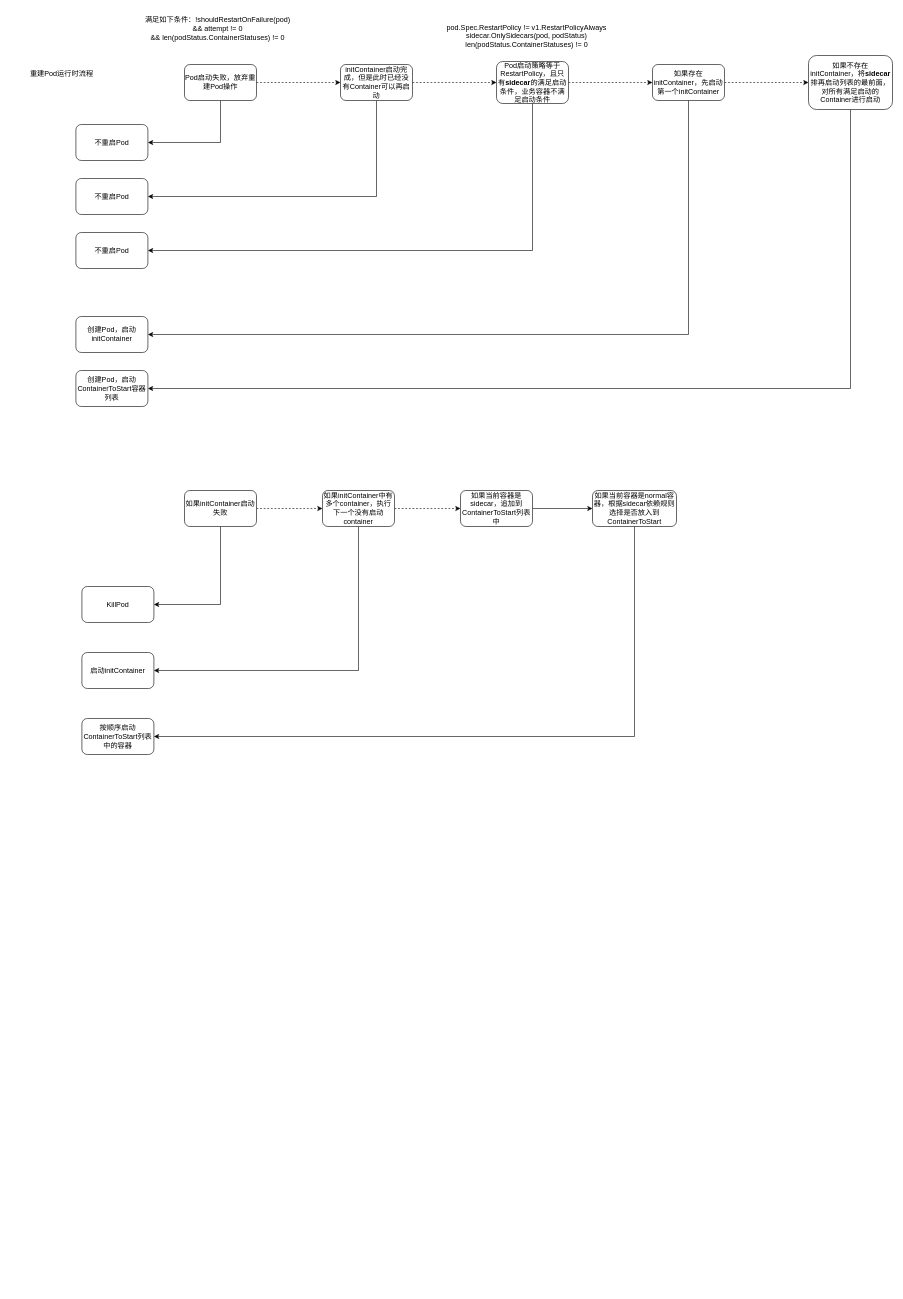
Before: page "sidecar整改" (9 of 9) of kubelet/kubelet.drawio in jingrenzhou/drawio, a draw.io diagram. Source tidied: cells renumbered, new cells numbered last; positions are measured from the earlier drawing's top-left corner, leaving out a move shared by most shapes. Both pictures are drawn from the tidied source at 60%, with x=0, y=0 at pixel (22, 10).
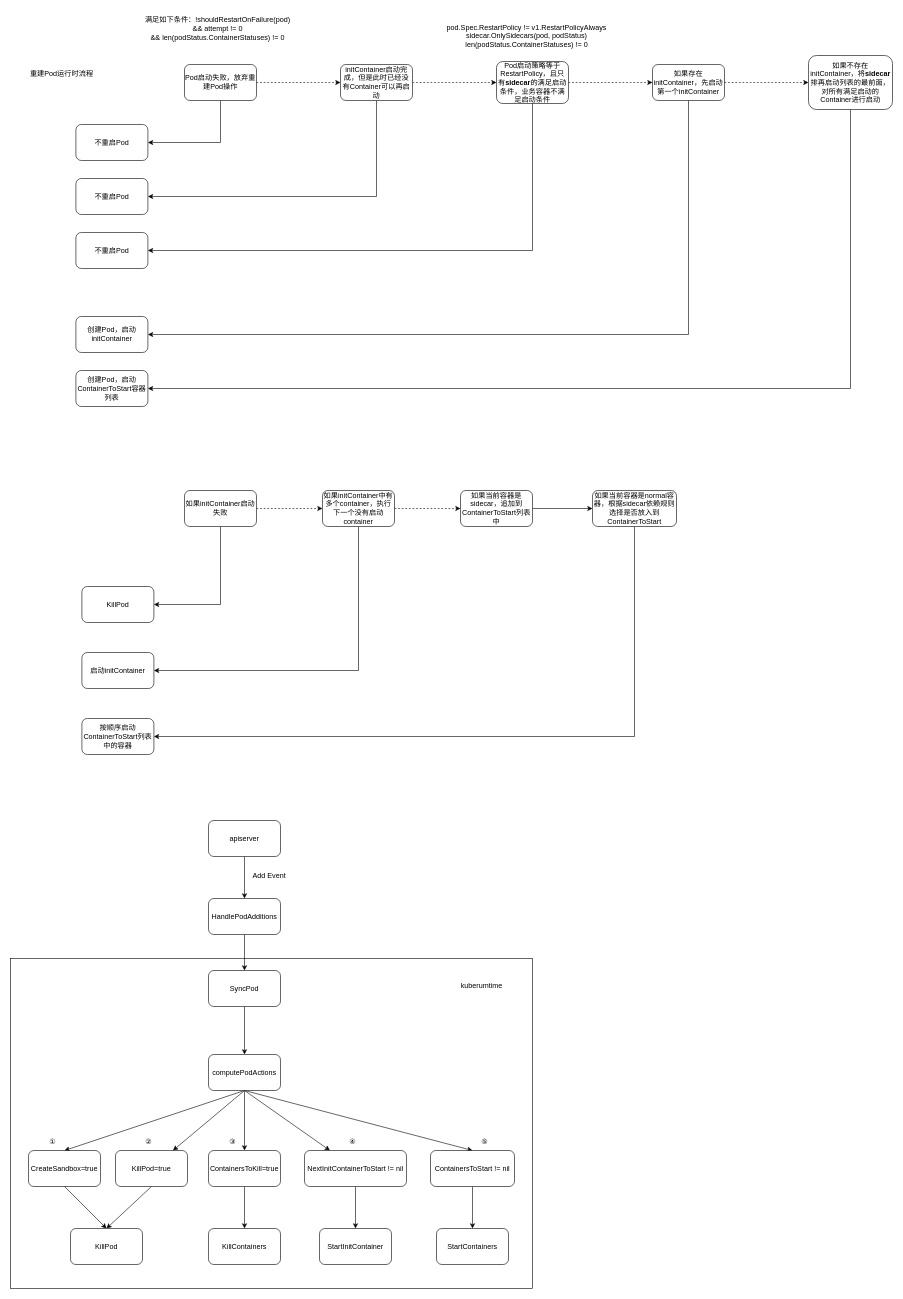
After the change.

Diff of the diagram source:
```diff
@@
+    <mxCell id="37" style="rounded=0;whiteSpace=wrap;html=1;" parent="1" vertex="1">
+      <mxGeometry x="-20" y="1580" width="870" height="550" as="geometry" />
+    </mxCell>
@@
+    <mxCell id="38" style="edgeStyle=orthogonalEdgeStyle;rounded=0;jettySize=auto;html=1;exitX=0.5;exitY=1;exitDx=0;exitDy=0;entryX=0.5;entryY=0;entryDx=0;entryDy=0;" parent="1" edge="1" source="39" target="42">
+      <mxGeometry relative="1" as="geometry" />
+    </mxCell>
+    <mxCell id="39" value="apiserver" style="rounded=1;whiteSpace=wrap;html=1;" parent="1" vertex="1">
+      <mxGeometry x="310" y="1350" width="120" height="60" as="geometry" />
+    </mxCell>
+    <mxCell id="40" value="Add Event" style="text;html=1;align=center;verticalAlign=middle;strokeColor=none;fillColor=none;" parent="1" vertex="1">
+      <mxGeometry x="371" y="1428" width="80" height="30" as="geometry" />
+    </mxCell>
+    <mxCell id="41" style="edgeStyle=orthogonalEdgeStyle;rounded=0;jettySize=auto;html=1;exitX=0.5;exitY=1;exitDx=0;exitDy=0;entryX=0.5;entryY=0;entryDx=0;entryDy=0;" parent="1" edge="1" source="42" target="44">
+      <mxGeometry relative="1" as="geometry" />
+    </mxCell>
+    <mxCell id="42" value="HandlePodAdditions" style="rounded=1;whiteSpace=wrap;html=1;" parent="1" vertex="1">
+      <mxGeometry x="310" y="1480" width="120" height="60" as="geometry" />
+    </mxCell>
+    <mxCell id="43" style="edgeStyle=orthogonalEdgeStyle;rounded=0;jettySize=auto;html=1;exitX=0.5;exitY=1;exitDx=0;exitDy=0;entryX=0.5;entryY=0;entryDx=0;entryDy=0;" parent="1" edge="1" source="44" target="51">
+      <mxGeometry relative="1" as="geometry" />
+    </mxCell>
+    <mxCell id="44" value="SyncPod" style="rounded=1;whiteSpace=wrap;html=1;" parent="1" vertex="1">
+      <mxGeometry x="310" y="1600" width="120" height="60" as="geometry" />
+    </mxCell>
+    <mxCell id="45" value="kuberumtime" style="text;html=1;align=center;verticalAlign=middle;strokeColor=none;fillColor=none;" parent="1" vertex="1">
+      <mxGeometry x="720" y="1610" width="90" height="30" as="geometry" />
+    </mxCell>
+    <mxCell id="46" style="rounded=0;jettySize=auto;html=1;exitX=0.5;exitY=1;exitDx=0;exitDy=0;entryX=0.5;entryY=0;entryDx=0;entryDy=0;" parent="1" edge="1" source="51" target="53">
+      <mxGeometry relative="1" as="geometry" />
+    </mxCell>
+    <mxCell id="47" style="rounded=0;jettySize=auto;html=1;exitX=0.5;exitY=1;exitDx=0;exitDy=0;" parent="1" edge="1" source="51" target="55">
+      <mxGeometry relative="1" as="geometry" />
+    </mxCell>
+    <mxCell id="48" style="edgeStyle=orthogonalEdgeStyle;rounded=0;jettySize=auto;html=1;exitX=0.5;exitY=1;exitDx=0;exitDy=0;" parent="1" edge="1" source="51" target="57">
+      <mxGeometry relative="1" as="geometry" />
+    </mxCell>
+    <mxCell id="49" style="rounded=0;jettySize=auto;html=1;exitX=0.5;exitY=1;exitDx=0;exitDy=0;" parent="1" edge="1" source="51" target="59">
+      <mxGeometry relative="1" as="geometry" />
+    </mxCell>
+    <mxCell id="50" style="rounded=0;jettySize=auto;html=1;exitX=0.5;exitY=1;exitDx=0;exitDy=0;entryX=0.5;entryY=0;entryDx=0;entryDy=0;" parent="1" edge="1" source="51" target="61">
+      <mxGeometry relative="1" as="geometry" />
+    </mxCell>
+    <mxCell id="51" value="computePodActions" style="rounded=1;whiteSpace=wrap;html=1;" parent="1" vertex="1">
+      <mxGeometry x="310" y="1740" width="120" height="60" as="geometry" />
+    </mxCell>
+    <mxCell id="52" style="rounded=0;jettySize=auto;html=1;exitX=0.5;exitY=1;exitDx=0;exitDy=0;entryX=0.5;entryY=0;entryDx=0;entryDy=0;" parent="1" edge="1" source="53" target="62">
+      <mxGeometry relative="1" as="geometry" />
+    </mxCell>
+    <mxCell id="53" value="CreateSandbox=true" style="rounded=1;whiteSpace=wrap;html=1;" parent="1" vertex="1">
+      <mxGeometry x="10" y="1900" width="120" height="60" as="geometry" />
+    </mxCell>
+    <mxCell id="54" style="rounded=0;jettySize=auto;html=1;exitX=0.5;exitY=1;exitDx=0;exitDy=0;entryX=0.5;entryY=0;entryDx=0;entryDy=0;" parent="1" edge="1" source="55" target="62">
+      <mxGeometry relative="1" as="geometry" />
+    </mxCell>
+    <mxCell id="55" value="KillPod=true" style="rounded=1;whiteSpace=wrap;html=1;" parent="1" vertex="1">
+      <mxGeometry x="155" y="1900" width="120" height="60" as="geometry" />
+    </mxCell>
+    <mxCell id="56" style="edgeStyle=orthogonalEdgeStyle;rounded=0;jettySize=auto;html=1;exitX=0.5;exitY=1;exitDx=0;exitDy=0;entryX=0.5;entryY=0;entryDx=0;entryDy=0;" parent="1" edge="1" source="57" target="63">
+      <mxGeometry relative="1" as="geometry" />
+    </mxCell>
+    <mxCell id="57" value="ContainersToKill=true" style="rounded=1;whiteSpace=wrap;html=1;" parent="1" vertex="1">
+      <mxGeometry x="310" y="1900" width="120" height="60" as="geometry" />
+    </mxCell>
+    <mxCell id="58" style="edgeStyle=orthogonalEdgeStyle;rounded=0;jettySize=auto;html=1;exitX=0.5;exitY=1;exitDx=0;exitDy=0;entryX=0.5;entryY=0;entryDx=0;entryDy=0;" parent="1" edge="1" source="59" target="64">
+      <mxGeometry relative="1" as="geometry" />
+    </mxCell>
+    <mxCell id="59" value="NextInitContainerToStart != nil" style="rounded=1;whiteSpace=wrap;html=1;" parent="1" vertex="1">
+      <mxGeometry x="470" y="1900" width="170" height="60" as="geometry" />
+    </mxCell>
+    <mxCell id="60" style="edgeStyle=orthogonalEdgeStyle;rounded=0;jettySize=auto;html=1;exitX=0.5;exitY=1;exitDx=0;exitDy=0;entryX=0.5;entryY=0;entryDx=0;entryDy=0;" parent="1" edge="1" source="61" target="65">
+      <mxGeometry relative="1" as="geometry" />
+    </mxCell>
+    <mxCell id="61" value="ContainersToStart != nil" style="rounded=1;whiteSpace=wrap;html=1;" parent="1" vertex="1">
+      <mxGeometry x="680" y="1900" width="140" height="60" as="geometry" />
+    </mxCell>
+    <mxCell id="62" value="KillPod" style="rounded=1;whiteSpace=wrap;html=1;" parent="1" vertex="1">
+      <mxGeometry x="80" y="2030" width="120" height="60" as="geometry" />
+    </mxCell>
+    <mxCell id="63" value="KillContainers" style="rounded=1;whiteSpace=wrap;html=1;" parent="1" vertex="1">
+      <mxGeometry x="310" y="2030" width="120" height="60" as="geometry" />
+    </mxCell>
+    <mxCell id="64" value="StartInitContainer" style="rounded=1;whiteSpace=wrap;html=1;" parent="1" vertex="1">
+      <mxGeometry x="495" y="2030" width="120" height="60" as="geometry" />
+    </mxCell>
+    <mxCell id="65" value="StartContainers" style="rounded=1;whiteSpace=wrap;html=1;" parent="1" vertex="1">
+      <mxGeometry x="690" y="2030" width="120" height="60" as="geometry" />
+    </mxCell>
+    <mxCell id="66" value="①" style="text;html=1;align=center;verticalAlign=middle;strokeColor=none;fillColor=none;" parent="1" vertex="1">
+      <mxGeometry x="30" y="1870" width="40" height="30" as="geometry" />
+    </mxCell>
+    <mxCell id="67" value="②" style="text;html=1;align=center;verticalAlign=middle;strokeColor=none;fillColor=none;" parent="1" vertex="1">
+      <mxGeometry x="190" y="1870" width="40" height="30" as="geometry" />
+    </mxCell>
+    <mxCell id="68" value="③" style="text;html=1;align=center;verticalAlign=middle;strokeColor=none;fillColor=none;" parent="1" vertex="1">
+      <mxGeometry x="330" y="1870" width="40" height="30" as="geometry" />
+    </mxCell>
+    <mxCell id="69" value="④" style="text;html=1;align=center;verticalAlign=middle;strokeColor=none;fillColor=none;" parent="1" vertex="1">
+      <mxGeometry x="530" y="1870" width="40" height="30" as="geometry" />
+    </mxCell>
+    <mxCell id="70" value="⑤" style="text;html=1;align=center;verticalAlign=middle;strokeColor=none;fillColor=none;" parent="1" vertex="1">
+      <mxGeometry x="750" y="1870" width="40" height="30" as="geometry" />
+    </mxCell>
```
